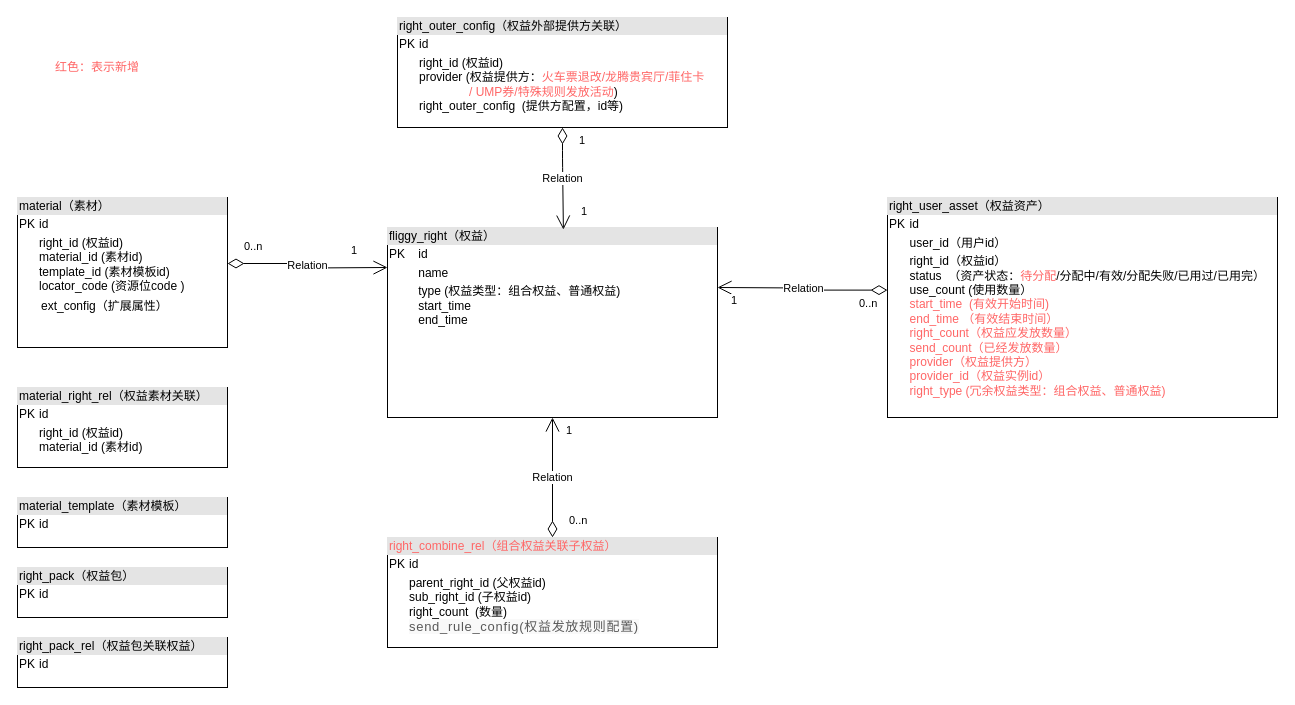
This is page "会员卡ER图" (1 of 4) of 付费权益.drawio from renqiuming/drawio, a draw.io file, before an edit. Source tidied: cells renumbered, new cells numbered last; positions are measured from the earlier drawing's top-left corner, leaving out a move shared by most shapes. Both pictures are drawn from the tidied source at 100%, with x=0, y=0 at pixel (17, 17).
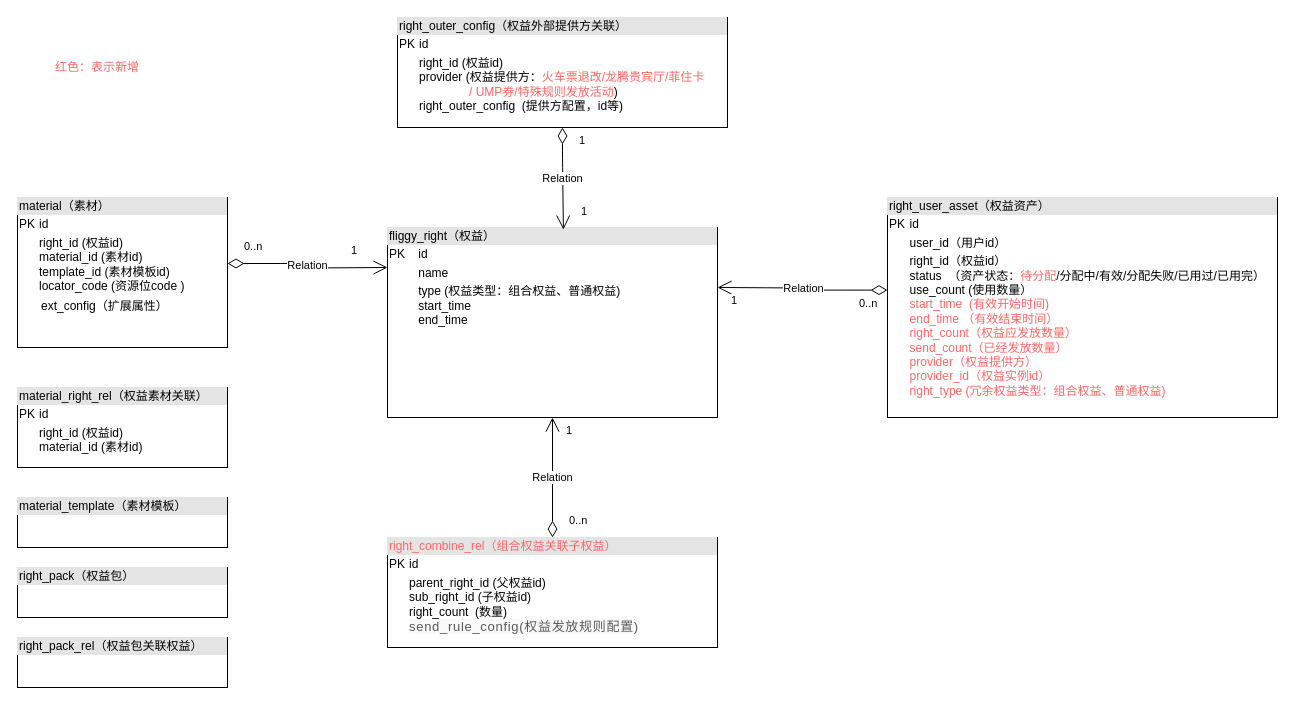
The same page after the edit.

Change to the diagram source:
```diff
@@
-    <mxCell id="17" value="&lt;div style=&quot;box-sizing: border-box ; width: 100% ; background: #e4e4e4 ; padding: 2px&quot;&gt;material_template（素材模板）&lt;/div&gt;&lt;table style=&quot;width: 100% ; font-size: 1em&quot; cellpadding=&quot;2&quot; cellspacing=&quot;0&quot;&gt;&lt;tbody&gt;&lt;tr&gt;&lt;td&gt;PK&lt;/td&gt;&lt;td&gt;id&lt;/td&gt;&lt;/tr&gt;&lt;tr&gt;&lt;td&gt;&lt;br&gt;&lt;/td&gt;&lt;td&gt;&lt;span style=&quot;color: rgb(89 , 89 , 89) ; font-family: , &amp;#34;consolas&amp;#34; , &amp;#34;liberation mono&amp;#34; , &amp;#34;menlo&amp;#34; , &amp;#34;courier&amp;#34; , monospace ; font-size: 13px ; letter-spacing: 0.7px ; background-color: rgb(249 , 249 , 249)&quot;&gt;&lt;br&gt;&lt;/span&gt;&lt;/td&gt;&lt;/tr&gt;&lt;tr&gt;&lt;td&gt;&lt;/td&gt;&lt;td&gt;&lt;table cellpadding=&quot;2&quot; cellspacing=&quot;0&quot; style=&quot;font-size: 1em ; width: 330px&quot;&gt;&lt;tbody&gt;&lt;tr&gt;&lt;td&gt;&lt;span style=&quot;color: rgb(89 , 89 , 89) ; font-family: , &amp;#34;consolas&amp;#34; , &amp;#34;liberation mono&amp;#34; , &amp;#34;menlo&amp;#34; , &amp;#34;courier&amp;#34; , monospace ; font-size: 13px ; letter-spacing: 0.7px ; background-color: rgb(249 , 249 , 249)&quot;&gt;&lt;br&gt;&lt;br&gt;&lt;/span&gt;&lt;/td&gt;&lt;/tr&gt;&lt;/tbody&gt;&lt;/table&gt;&lt;br&gt;&lt;br&gt;&lt;br&gt;&lt;br&gt;&lt;/td&gt;&lt;/tr&gt;&lt;/tbody&gt;&lt;/table&gt;" style="verticalAlign=top;align=left;overflow=fill;html=1;" parent="1" vertex="1">
+    <mxCell id="17" value="&lt;div style=&quot;box-sizing: border-box ; width: 100% ; background: #e4e4e4 ; padding: 2px&quot;&gt;material_template（素材模板）&lt;/div&gt;&lt;table style=&quot;width: 100% ; font-size: 1em&quot; cellpadding=&quot;2&quot; cellspacing=&quot;0&quot;&gt;&lt;tbody&gt;&lt;tr&gt;&lt;td&gt;&lt;br&gt;&lt;/td&gt;&lt;td&gt;&lt;br&gt;&lt;/td&gt;&lt;/tr&gt;&lt;tr&gt;&lt;td&gt;&lt;br&gt;&lt;/td&gt;&lt;td&gt;&lt;span style=&quot;color: rgb(89 , 89 , 89) ; font-family: , &amp;#34;consolas&amp;#34; , &amp;#34;liberation mono&amp;#34; , &amp;#34;menlo&amp;#34; , &amp;#34;courier&amp;#34; , monospace ; font-size: 13px ; letter-spacing: 0.7px ; background-color: rgb(249 , 249 , 249)&quot;&gt;&lt;br&gt;&lt;/span&gt;&lt;/td&gt;&lt;/tr&gt;&lt;tr&gt;&lt;td&gt;&lt;/td&gt;&lt;td&gt;&lt;table cellpadding=&quot;2&quot; cellspacing=&quot;0&quot; style=&quot;font-size: 1em ; width: 330px&quot;&gt;&lt;tbody&gt;&lt;tr&gt;&lt;td&gt;&lt;span style=&quot;color: rgb(89 , 89 , 89) ; font-family: , &amp;#34;consolas&amp;#34; , &amp;#34;liberation mono&amp;#34; , &amp;#34;menlo&amp;#34; , &amp;#34;courier&amp;#34; , monospace ; font-size: 13px ; letter-spacing: 0.7px ; background-color: rgb(249 , 249 , 249)&quot;&gt;&lt;br&gt;&lt;br&gt;&lt;/span&gt;&lt;/td&gt;&lt;/tr&gt;&lt;/tbody&gt;&lt;/table&gt;&lt;br&gt;&lt;br&gt;&lt;br&gt;&lt;br&gt;&lt;/td&gt;&lt;/tr&gt;&lt;/tbody&gt;&lt;/table&gt;" style="verticalAlign=top;align=left;overflow=fill;html=1;" parent="1" vertex="1">
       <mxGeometry y="480" width="210" height="50" as="geometry" />
     </mxCell>
@@
-    <mxCell id="21" value="&lt;div style=&quot;box-sizing: border-box ; width: 100% ; background: #e4e4e4 ; padding: 2px&quot;&gt;right_pack（权益包）&lt;/div&gt;&lt;table style=&quot;width: 100% ; font-size: 1em&quot; cellpadding=&quot;2&quot; cellspacing=&quot;0&quot;&gt;&lt;tbody&gt;&lt;tr&gt;&lt;td&gt;PK&lt;/td&gt;&lt;td&gt;id&lt;/td&gt;&lt;/tr&gt;&lt;tr&gt;&lt;td&gt;&lt;br&gt;&lt;/td&gt;&lt;td&gt;&lt;span style=&quot;color: rgb(89 , 89 , 89) ; font-family: , &amp;#34;consolas&amp;#34; , &amp;#34;liberation mono&amp;#34; , &amp;#34;menlo&amp;#34; , &amp;#34;courier&amp;#34; , monospace ; font-size: 13px ; letter-spacing: 0.7px ; background-color: rgb(249 , 249 , 249)&quot;&gt;&lt;br&gt;&lt;/span&gt;&lt;/td&gt;&lt;/tr&gt;&lt;tr&gt;&lt;td&gt;&lt;/td&gt;&lt;td&gt;&lt;table cellpadding=&quot;2&quot; cellspacing=&quot;0&quot; style=&quot;font-size: 1em ; width: 330px&quot;&gt;&lt;tbody&gt;&lt;tr&gt;&lt;td&gt;&lt;span style=&quot;color: rgb(89 , 89 , 89) ; font-family: , &amp;#34;consolas&amp;#34; , &amp;#34;liberation mono&amp;#34; , &amp;#34;menlo&amp;#34; , &amp;#34;courier&amp;#34; , monospace ; font-size: 13px ; letter-spacing: 0.7px ; background-color: rgb(249 , 249 , 249)&quot;&gt;&lt;br&gt;&lt;br&gt;&lt;/span&gt;&lt;/td&gt;&lt;/tr&gt;&lt;/tbody&gt;&lt;/table&gt;&lt;br&gt;&lt;br&gt;&lt;br&gt;&lt;br&gt;&lt;/td&gt;&lt;/tr&gt;&lt;/tbody&gt;&lt;/table&gt;" style="verticalAlign=top;align=left;overflow=fill;html=1;" parent="1" vertex="1">
+    <mxCell id="21" value="&lt;div style=&quot;box-sizing: border-box ; width: 100% ; background: #e4e4e4 ; padding: 2px&quot;&gt;right_pack（权益包）&lt;/div&gt;&lt;table style=&quot;width: 100% ; font-size: 1em&quot; cellpadding=&quot;2&quot; cellspacing=&quot;0&quot;&gt;&lt;tbody&gt;&lt;tr&gt;&lt;td&gt;&lt;br&gt;&lt;/td&gt;&lt;td&gt;&lt;br&gt;&lt;/td&gt;&lt;/tr&gt;&lt;tr&gt;&lt;td&gt;&lt;br&gt;&lt;/td&gt;&lt;td&gt;&lt;span style=&quot;color: rgb(89 , 89 , 89) ; font-family: , &amp;#34;consolas&amp;#34; , &amp;#34;liberation mono&amp;#34; , &amp;#34;menlo&amp;#34; , &amp;#34;courier&amp;#34; , monospace ; font-size: 13px ; letter-spacing: 0.7px ; background-color: rgb(249 , 249 , 249)&quot;&gt;&lt;br&gt;&lt;/span&gt;&lt;/td&gt;&lt;/tr&gt;&lt;tr&gt;&lt;td&gt;&lt;/td&gt;&lt;td&gt;&lt;table cellpadding=&quot;2&quot; cellspacing=&quot;0&quot; style=&quot;font-size: 1em ; width: 330px&quot;&gt;&lt;tbody&gt;&lt;tr&gt;&lt;td&gt;&lt;span style=&quot;color: rgb(89 , 89 , 89) ; font-family: , &amp;#34;consolas&amp;#34; , &amp;#34;liberation mono&amp;#34; , &amp;#34;menlo&amp;#34; , &amp;#34;courier&amp;#34; , monospace ; font-size: 13px ; letter-spacing: 0.7px ; background-color: rgb(249 , 249 , 249)&quot;&gt;&lt;br&gt;&lt;br&gt;&lt;/span&gt;&lt;/td&gt;&lt;/tr&gt;&lt;/tbody&gt;&lt;/table&gt;&lt;br&gt;&lt;br&gt;&lt;br&gt;&lt;br&gt;&lt;/td&gt;&lt;/tr&gt;&lt;/tbody&gt;&lt;/table&gt;" style="verticalAlign=top;align=left;overflow=fill;html=1;" parent="1" vertex="1">
       <mxGeometry y="550" width="210" height="50" as="geometry" />
     </mxCell>
-    <mxCell id="22" value="&lt;div style=&quot;box-sizing: border-box ; width: 100% ; background: #e4e4e4 ; padding: 2px&quot;&gt;right_pack_rel（权益包关联权益）&lt;/div&gt;&lt;table style=&quot;width: 100% ; font-size: 1em&quot; cellpadding=&quot;2&quot; cellspacing=&quot;0&quot;&gt;&lt;tbody&gt;&lt;tr&gt;&lt;td&gt;PK&lt;/td&gt;&lt;td&gt;id&lt;/td&gt;&lt;/tr&gt;&lt;tr&gt;&lt;td&gt;&lt;br&gt;&lt;/td&gt;&lt;td&gt;&lt;span style=&quot;color: rgb(89 , 89 , 89) ; font-family: , &amp;#34;consolas&amp;#34; , &amp;#34;liberation mono&amp;#34; , &amp;#34;menlo&amp;#34; , &amp;#34;courier&amp;#34; , monospace ; font-size: 13px ; letter-spacing: 0.7px ; background-color: rgb(249 , 249 , 249)&quot;&gt;&lt;br&gt;&lt;/span&gt;&lt;/td&gt;&lt;/tr&gt;&lt;tr&gt;&lt;td&gt;&lt;/td&gt;&lt;td&gt;&lt;table cellpadding=&quot;2&quot; cellspacing=&quot;0&quot; style=&quot;font-size: 1em ; width: 330px&quot;&gt;&lt;tbody&gt;&lt;tr&gt;&lt;td&gt;&lt;span style=&quot;color: rgb(89 , 89 , 89) ; font-family: , &amp;#34;consolas&amp;#34; , &amp;#34;liberation mono&amp;#34; , &amp;#34;menlo&amp;#34; , &amp;#34;courier&amp;#34; , monospace ; font-size: 13px ; letter-spacing: 0.7px ; background-color: rgb(249 , 249 , 249)&quot;&gt;&lt;br&gt;&lt;br&gt;&lt;/span&gt;&lt;/td&gt;&lt;/tr&gt;&lt;/tbody&gt;&lt;/table&gt;&lt;br&gt;&lt;br&gt;&lt;br&gt;&lt;br&gt;&lt;/td&gt;&lt;/tr&gt;&lt;/tbody&gt;&lt;/table&gt;" style="verticalAlign=top;align=left;overflow=fill;html=1;" parent="1" vertex="1">
+    <mxCell id="22" value="&lt;div style=&quot;box-sizing: border-box ; width: 100% ; background: #e4e4e4 ; padding: 2px&quot;&gt;right_pack_rel（权益包关联权益）&lt;/div&gt;&lt;table style=&quot;width: 100% ; font-size: 1em&quot; cellpadding=&quot;2&quot; cellspacing=&quot;0&quot;&gt;&lt;tbody&gt;&lt;tr&gt;&lt;td&gt;&lt;br&gt;&lt;/td&gt;&lt;td&gt;&lt;br&gt;&lt;/td&gt;&lt;/tr&gt;&lt;tr&gt;&lt;td&gt;&lt;br&gt;&lt;/td&gt;&lt;td&gt;&lt;span style=&quot;color: rgb(89 , 89 , 89) ; font-family: , &amp;#34;consolas&amp;#34; , &amp;#34;liberation mono&amp;#34; , &amp;#34;menlo&amp;#34; , &amp;#34;courier&amp;#34; , monospace ; font-size: 13px ; letter-spacing: 0.7px ; background-color: rgb(249 , 249 , 249)&quot;&gt;&lt;br&gt;&lt;/span&gt;&lt;/td&gt;&lt;/tr&gt;&lt;tr&gt;&lt;td&gt;&lt;/td&gt;&lt;td&gt;&lt;table cellpadding=&quot;2&quot; cellspacing=&quot;0&quot; style=&quot;font-size: 1em ; width: 330px&quot;&gt;&lt;tbody&gt;&lt;tr&gt;&lt;td&gt;&lt;span style=&quot;color: rgb(89 , 89 , 89) ; font-family: , &amp;#34;consolas&amp;#34; , &amp;#34;liberation mono&amp;#34; , &amp;#34;menlo&amp;#34; , &amp;#34;courier&amp;#34; , monospace ; font-size: 13px ; letter-spacing: 0.7px ; background-color: rgb(249 , 249 , 249)&quot;&gt;&lt;br&gt;&lt;br&gt;&lt;/span&gt;&lt;/td&gt;&lt;/tr&gt;&lt;/tbody&gt;&lt;/table&gt;&lt;br&gt;&lt;br&gt;&lt;br&gt;&lt;br&gt;&lt;/td&gt;&lt;/tr&gt;&lt;/tbody&gt;&lt;/table&gt;" style="verticalAlign=top;align=left;overflow=fill;html=1;" parent="1" vertex="1">
       <mxGeometry y="620" width="210" height="50" as="geometry" />
     </mxCell>
```
